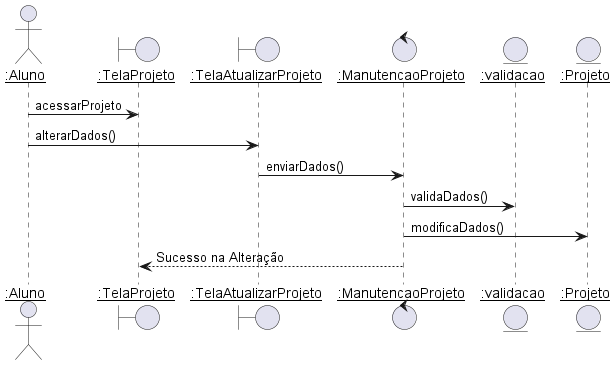
The PlantUML diagram diagramas/sequencia/alterar_projeto.png in Pedro-V/projetorium, before a commit.
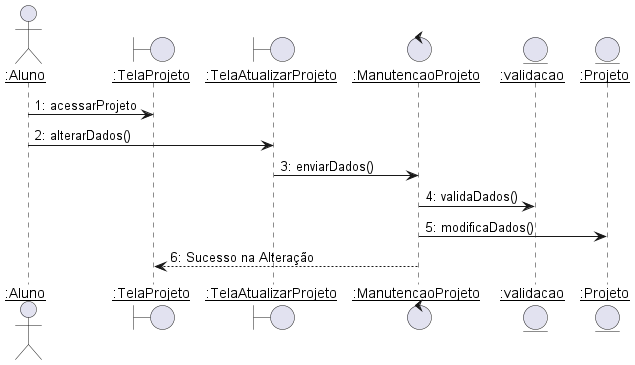
Later version of the same file.

Change to the diagram source:
```diff
@@ -9,12 +9,12 @@
 entity ":Projeto" as Projeto
 
 
-Aluno -> TelaProjeto : acessarProjeto
-Aluno -> TelaAtualizarProjeto : alterarDados()
+Aluno -> TelaProjeto : 1: acessarProjeto
+Aluno -> TelaAtualizarProjeto : 2: alterarDados()
 
-TelaAtualizarProjeto -> ManutencaoProjeto : enviarDados()
-ManutencaoProjeto -> validacao: validaDados()
-ManutencaoProjeto -> Projeto : modificaDados()
-ManutencaoProjeto --> TelaProjeto: Sucesso na Alteração
+TelaAtualizarProjeto -> ManutencaoProjeto : 3: enviarDados()
+ManutencaoProjeto -> validacao: 4: validaDados()
+ManutencaoProjeto -> Projeto : 5: modificaDados()
+ManutencaoProjeto --> TelaProjeto: 6: Sucesso na Alteração
 
 @enduml
```
